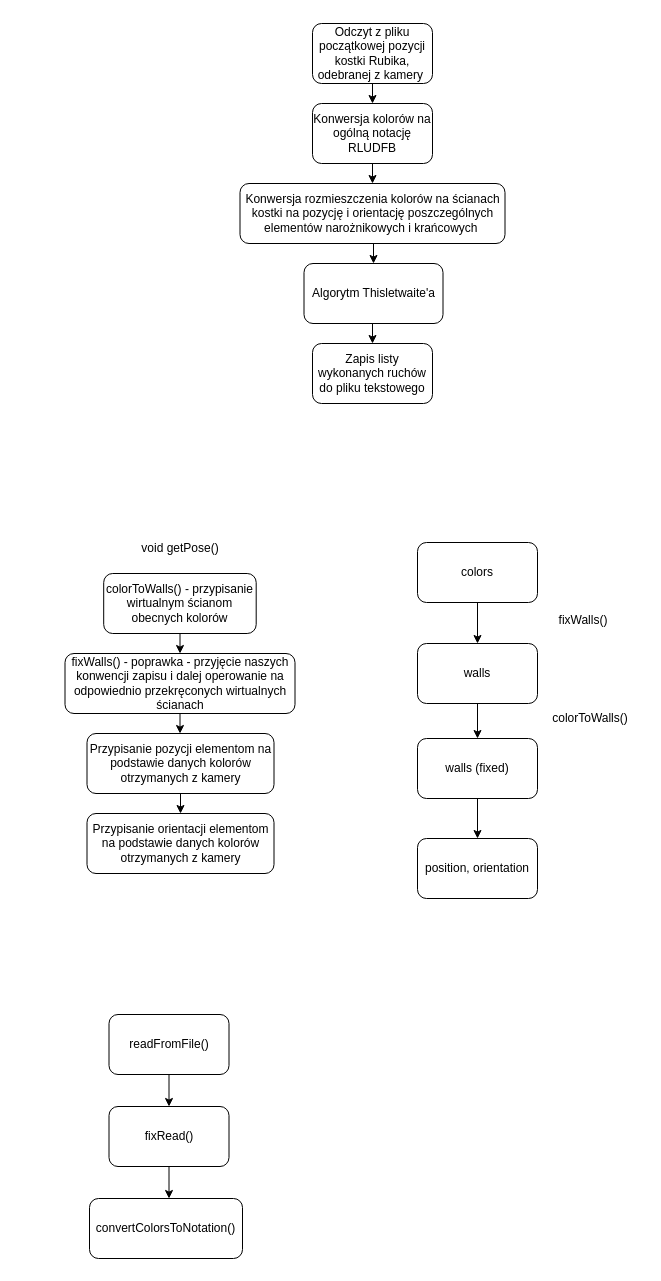
This is PK_Text/R_SB_A.drawio from Gibek-Banan/Rubik_My, a draw.io file, before an edit. Source tidied: cells renumbered, new cells numbered last; positions are measured from the earlier drawing's top-left corner, leaving out a move shared by most shapes. Both pictures are drawn from the tidied source at 100%, with x=0, y=0 at pixel (64, 23).
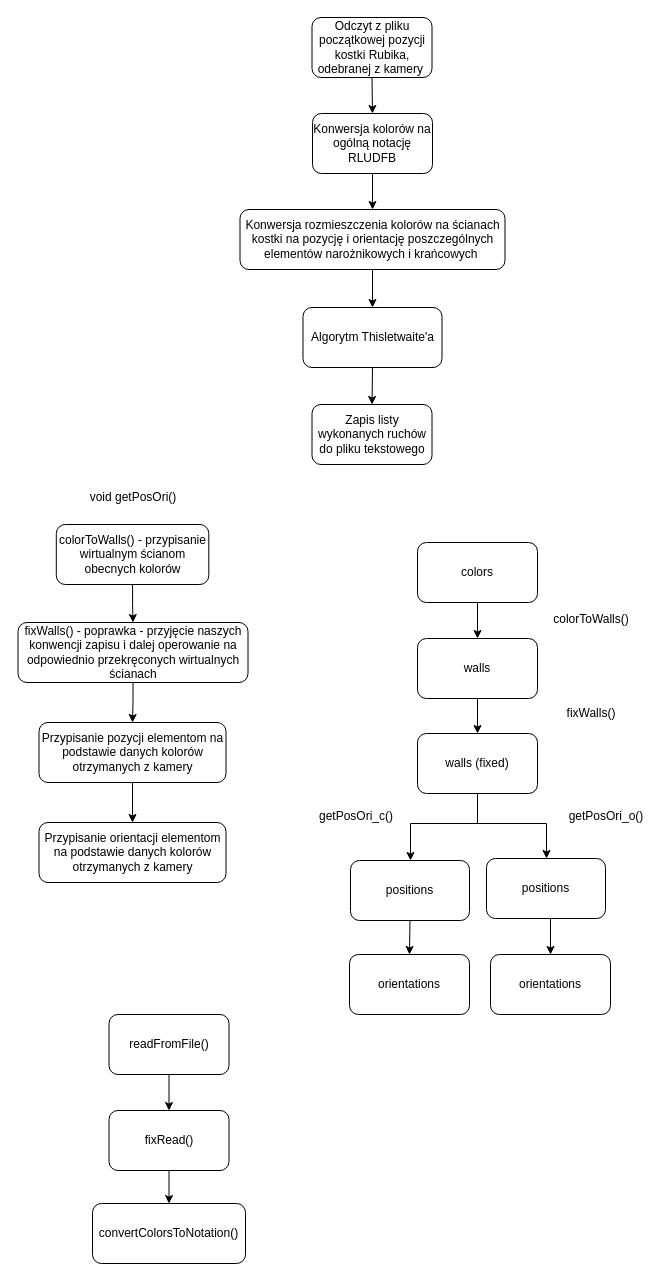
The same page after the edit.

The edit, as a diff of the source:
```diff
@@
     <mxCell id="3" value="Odczyt z pliku początkowej pozycji kostki Rubika, odebranej z kamery&amp;nbsp;" style="rounded=1;whiteSpace=wrap;html=1;" parent="1" vertex="1">
-      <mxGeometry x="248" width="120" height="60" as="geometry" />
+      <mxGeometry x="247.5" y="-6" width="120" height="60" as="geometry" />
     </mxCell>
@@
     <mxCell id="5" value="Konwersja kolorów na ogólną notację RLUDFB" style="rounded=1;whiteSpace=wrap;html=1;" parent="1" vertex="1">
-      <mxGeometry x="248" y="80" width="120" height="60" as="geometry" />
+      <mxGeometry x="248" y="90" width="120" height="60" as="geometry" />
     </mxCell>
@@
     <mxCell id="7" value="Konwersja rozmieszczenia kolorów na ścianach kostki na pozycję i orientację poszczególnych elementów narożnikowych i krańcowych&amp;nbsp;" style="rounded=1;whiteSpace=wrap;html=1;" parent="1" vertex="1">
-      <mxGeometry x="175.5" y="160" width="265" height="60" as="geometry" />
+      <mxGeometry x="175.5" y="186" width="265" height="60" as="geometry" />
     </mxCell>
@@
     <mxCell id="9" value="Algorytm Thisletwaite'a" style="rounded=1;whiteSpace=wrap;html=1;" parent="1" vertex="1">
-      <mxGeometry x="239.5" y="240" width="139" height="60" as="geometry" />
+      <mxGeometry x="238.5" y="284" width="139" height="60" as="geometry" />
     </mxCell>
     <mxCell id="10" value="Zapis listy wykonanych ruchów do pliku tekstowego" style="rounded=1;whiteSpace=wrap;html=1;" parent="1" vertex="1">
-      <mxGeometry x="248" y="320" width="120" height="60" as="geometry" />
+      <mxGeometry x="247.5" y="381" width="120" height="60" as="geometry" />
     </mxCell>
@@
     <mxCell id="12" value="colorToWalls() - przypisanie wirtualnym ścianom obecnych kolorów" style="rounded=1;whiteSpace=wrap;html=1;" parent="1" vertex="1">
-      <mxGeometry x="39.2" y="550" width="152.5" height="60" as="geometry" />
+      <mxGeometry x="-8.2" y="501" width="152.5" height="60" as="geometry" />
     </mxCell>
-    <mxCell id="13" value="void getPose()" style="text;html=1;strokeColor=none;fillColor=none;align=center;verticalAlign=middle;whiteSpace=wrap;rounded=0;" parent="1" vertex="1">
-      <mxGeometry x="45.5" y="510" width="140" height="30" as="geometry" />
+    <mxCell id="13" value="void getPosOri()" style="text;html=1;strokeColor=none;fillColor=none;align=center;verticalAlign=middle;whiteSpace=wrap;rounded=0;" parent="1" vertex="1">
+      <mxGeometry x="-1.5" y="459" width="140" height="30" as="geometry" />
     </mxCell>
@@
     <mxCell id="15" value="fixWalls() - poprawka - przyjęcie naszych konwencji zapisu i dalej operowanie na odpowiednio przekręconych wirtualnych ścianach" style="rounded=1;whiteSpace=wrap;html=1;" parent="1" vertex="1">
-      <mxGeometry x="0.5" y="630" width="230" height="60" as="geometry" />
+      <mxGeometry x="-46.5" y="599" width="230" height="60" as="geometry" />
     </mxCell>
@@
     <mxCell id="17" value="Przypisanie pozycji elementom na podstawie danych kolorów otrzymanych z kamery" style="rounded=1;whiteSpace=wrap;html=1;" parent="1" vertex="1">
-      <mxGeometry x="22.5" y="710" width="187" height="60" as="geometry" />
+      <mxGeometry x="-25.5" y="699" width="187" height="60" as="geometry" />
     </mxCell>
     <mxCell id="18" value="Przypisanie orientacji elementom na podstawie danych kolorów otrzymanych z kamery" style="rounded=1;whiteSpace=wrap;html=1;" parent="1" vertex="1">
-      <mxGeometry x="22.5" y="790" width="187" height="60" as="geometry" />
+      <mxGeometry x="-25.5" y="799" width="187" height="60" as="geometry" />
     </mxCell>
@@
     <mxCell id="22" value="walls" style="rounded=1;whiteSpace=wrap;html=1;" parent="1" vertex="1">
-      <mxGeometry x="353" y="620" width="120" height="60" as="geometry" />
+      <mxGeometry x="353" y="615" width="120" height="60" as="geometry" />
     </mxCell>
+    <mxCell id="33" style="edgeStyle=orthogonalEdgeStyle;rounded=0;jettySize=auto;html=1;exitX=0.5;exitY=1;exitDx=0;exitDy=0;entryX=0.5;entryY=0;entryDx=0;entryDy=0;" parent="1" edge="1" source="23" target="38">
+      <mxGeometry relative="1" as="geometry" />
+    </mxCell>
-    <mxCell id="23" value="position, orientation" style="rounded=1;whiteSpace=wrap;html=1;" parent="1" vertex="1">
-      <mxGeometry x="353" y="815" width="120" height="60" as="geometry" />
+    <mxCell id="23" value="positions" style="rounded=1;whiteSpace=wrap;html=1;" parent="1" vertex="1">
+      <mxGeometry x="286" y="837" width="119" height="60" as="geometry" />
     </mxCell>
     <mxCell id="24" value="colorToWalls()" style="text;html=1;strokeColor=none;fillColor=none;align=center;verticalAlign=middle;whiteSpace=wrap;rounded=0;rotation=0;" parent="1" vertex="1">
-      <mxGeometry x="496" y="680" width="60" height="30" as="geometry" />
+      <mxGeometry x="497" y="581" width="60" height="30" as="geometry" />
     </mxCell>
     <mxCell id="25" style="edgeStyle=orthogonalEdgeStyle;rounded=0;jettySize=auto;html=1;" parent="1" edge="1" source="26" target="23">
-      <mxGeometry relative="1" as="geometry" />
+      <mxGeometry relative="1" as="geometry">
+        <Array as="points">
+          <mxPoint x="413" y="800" />
+          <mxPoint x="346" y="800" />
+        </Array>
+      </mxGeometry>
     </mxCell>
+    <mxCell id="34" style="edgeStyle=orthogonalEdgeStyle;rounded=0;jettySize=auto;html=1;exitX=0.5;exitY=1;exitDx=0;exitDy=0;" parent="1" edge="1" source="26" target="40">
+      <mxGeometry relative="1" as="geometry">
+        <Array as="points">
+          <mxPoint x="413" y="800" />
+          <mxPoint x="482" y="800" />
+        </Array>
+      </mxGeometry>
+    </mxCell>
     <mxCell id="26" value="walls (fixed)" style="rounded=1;whiteSpace=wrap;html=1;" parent="1" vertex="1">
-      <mxGeometry x="353" y="715" width="120" height="60" as="geometry" />
+      <mxGeometry x="353" y="710" width="120" height="60" as="geometry" />
     </mxCell>
     <mxCell id="27" value="fixWalls()" style="text;html=1;strokeColor=none;fillColor=none;align=center;verticalAlign=middle;whiteSpace=wrap;rounded=0;" parent="1" vertex="1">
-      <mxGeometry x="489" y="582" width="60" height="30" as="geometry" />
+      <mxGeometry x="497" y="675" width="60" height="30" as="geometry" />
     </mxCell>
@@
-    <mxCell id="30" style="edgeStyle=orthogonalEdgeStyle;rounded=0;jettySize=auto;html=1;exitX=0.5;exitY=1;exitDx=0;exitDy=0;entryX=0.5;entryY=0;entryDx=0;entryDy=0;" parent="1" edge="1" source="31">
-      <mxGeometry relative="1" as="geometry">
-        <mxPoint x="104.5" y="1175" as="targetPoint" />
-      </mxGeometry>
-    </mxCell>
+    <mxCell id="35" style="edgeStyle=orthogonalEdgeStyle;rounded=0;jettySize=auto;html=1;exitX=0.5;exitY=1;exitDx=0;exitDy=0;entryX=0.5;entryY=0;entryDx=0;entryDy=0;" parent="1" edge="1" source="31" target="32">
+      <mxGeometry relative="1" as="geometry" />
+    </mxCell>
     <mxCell id="31" value="fixRead()" style="rounded=1;whiteSpace=wrap;html=1;" parent="1" vertex="1">
-      <mxGeometry x="44.5" y="1083" width="120" height="60" as="geometry" />
+      <mxGeometry x="44.5" y="1087" width="120" height="60" as="geometry" />
     </mxCell>
     <mxCell id="32" value="convertColorsToNotation()" style="rounded=1;whiteSpace=wrap;html=1;" parent="1" vertex="1">
-      <mxGeometry x="25" y="1175" width="153" height="60" as="geometry" />
+      <mxGeometry x="28" y="1180" width="153" height="60" as="geometry" />
     </mxCell>
+    <mxCell id="36" value="getPosOri_o()" style="text;html=1;strokeColor=none;fillColor=none;align=center;verticalAlign=middle;whiteSpace=wrap;rounded=0;" parent="1" vertex="1">
+      <mxGeometry x="512" y="778" width="60" height="30" as="geometry" />
+    </mxCell>
+    <mxCell id="37" value="getPosOri_c()" style="text;html=1;strokeColor=none;fillColor=none;align=center;verticalAlign=middle;whiteSpace=wrap;rounded=0;" parent="1" vertex="1">
+      <mxGeometry x="262" y="778" width="60" height="30" as="geometry" />
+    </mxCell>
+    <mxCell id="38" value="orientations" style="rounded=1;whiteSpace=wrap;html=1;" parent="1" vertex="1">
+      <mxGeometry x="285" y="931" width="120" height="60" as="geometry" />
+    </mxCell>
+    <mxCell id="39" style="edgeStyle=orthogonalEdgeStyle;rounded=0;jettySize=auto;html=1;exitX=0.5;exitY=1;exitDx=0;exitDy=0;entryX=0.5;entryY=0;entryDx=0;entryDy=0;" parent="1" edge="1" source="40" target="41">
+      <mxGeometry relative="1" as="geometry" />
+    </mxCell>
+    <mxCell id="40" value="positions" style="rounded=1;whiteSpace=wrap;html=1;" parent="1" vertex="1">
+      <mxGeometry x="422" y="835" width="119" height="60" as="geometry" />
+    </mxCell>
+    <mxCell id="41" value="orientations" style="rounded=1;whiteSpace=wrap;html=1;" parent="1" vertex="1">
+      <mxGeometry x="426" y="931" width="120" height="60" as="geometry" />
+    </mxCell>
```
